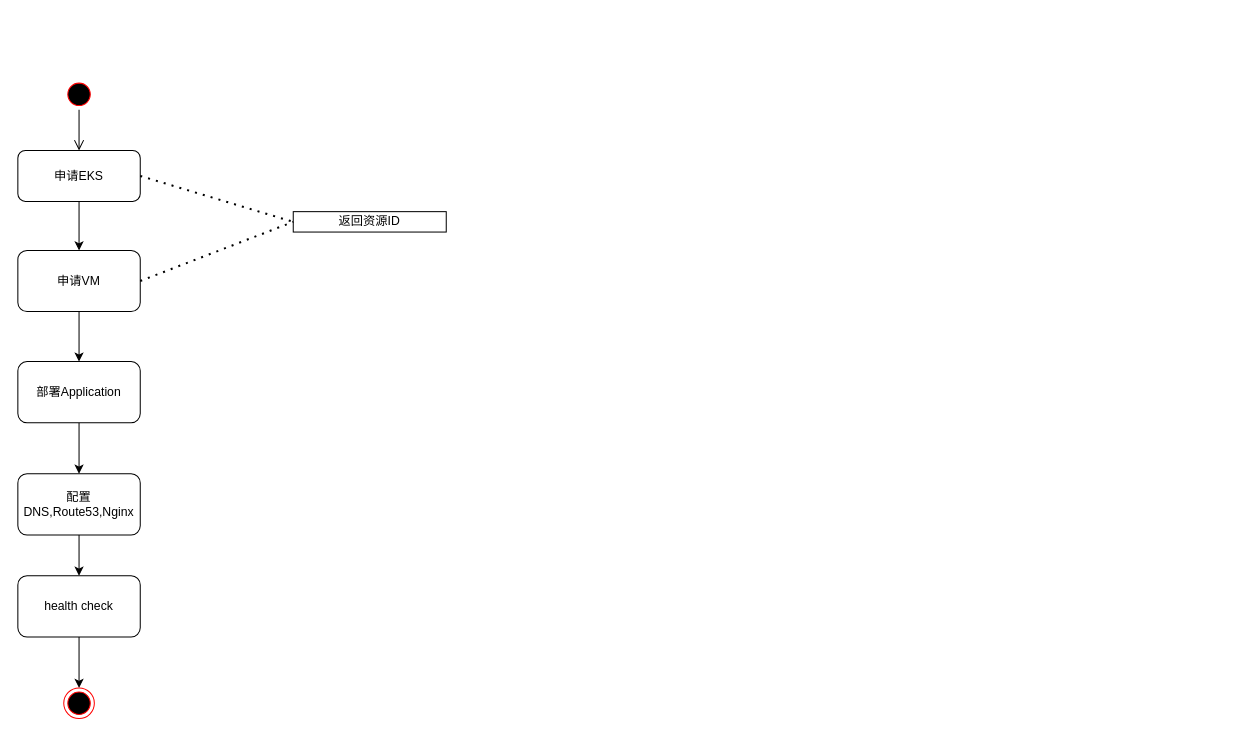
Earlier version of the draw.io diagram flow.drawio (dosjia/chart). Source tidied: cells renumbered, new cells numbered last; positions are measured from the earlier drawing's top-left corner, leaving out a move shared by most shapes. Both pictures are drawn from the tidied source at 102%, with x=0, y=0 at pixel (17, 79).
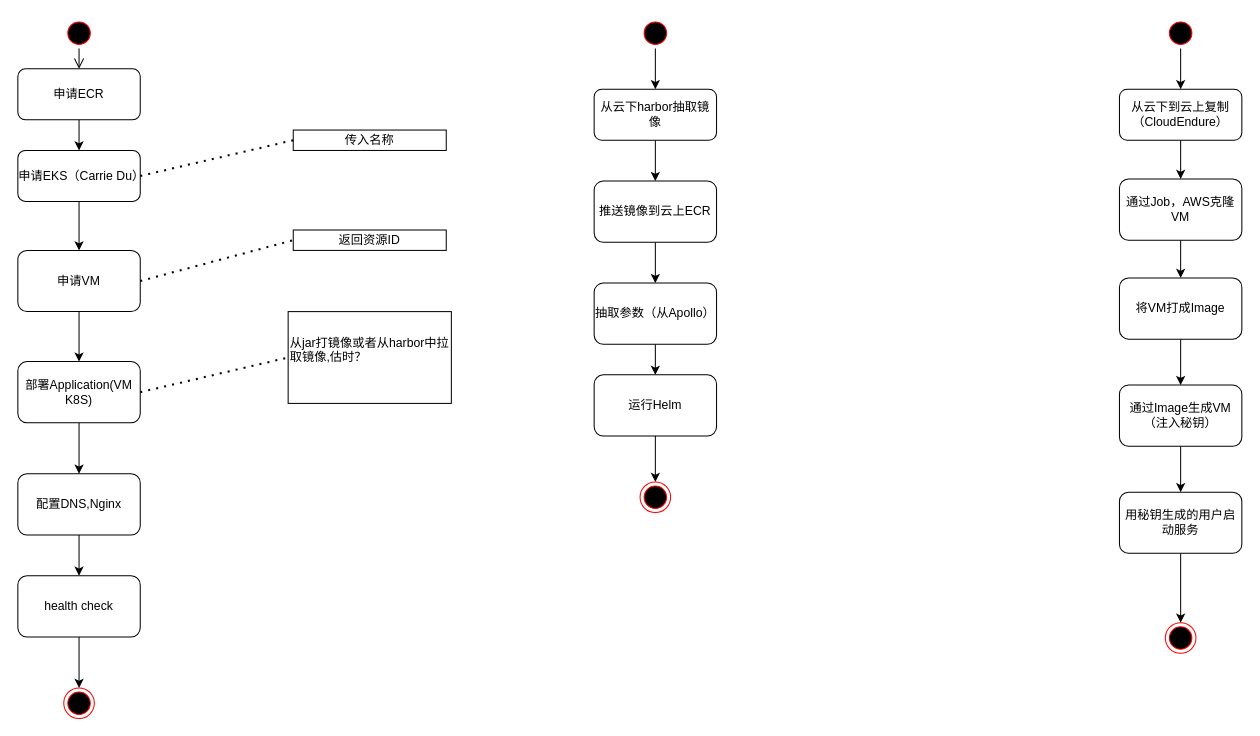
The same page after the edit.

Diff of the diagram source:
```diff
@@
     <mxCell id="2" style="ellipse;html=1;shape=startState;fillColor=#000000;strokeColor=#ff0000;" parent="1" vertex="1">
-      <mxGeometry x="45" width="30" height="30" as="geometry" />
+      <mxGeometry x="45" y="-60" width="30" height="30" as="geometry" />
     </mxCell>
-    <mxCell id="3" style="edgeStyle=orthogonalEdgeStyle;html=1;verticalAlign=bottom;endArrow=open;endSize=8;" parent="1" edge="1" source="2" target="5">
+    <mxCell id="3" style="edgeStyle=orthogonalEdgeStyle;html=1;verticalAlign=bottom;endArrow=open;endSize=8;entryX=0.5;entryY=0;entryDx=0;entryDy=0;" parent="1" edge="1" source="2" target="21">
       <mxGeometry relative="1" as="geometry" />
     </mxCell>
@@
-    <mxCell id="5" value="申请EKS" style="rounded=1;whiteSpace=wrap;html=1;" parent="1" vertex="1">
+    <mxCell id="5" value="&lt;div&gt;申请EKS（Carrie Du）&lt;/div&gt;" style="rounded=1;whiteSpace=wrap;html=1;" parent="1" vertex="1">
       <mxGeometry y="70" width="120" height="50" as="geometry" />
     </mxCell>
@@
-    <mxCell id="9" value="配置DNS,Route53,Nginx" style="whiteSpace=wrap;html=1;rounded=1;" parent="1" vertex="1">
+    <mxCell id="9" value="配置DNS,Nginx" style="whiteSpace=wrap;html=1;rounded=1;" parent="1" vertex="1">
       <mxGeometry y="387" width="120" height="60" as="geometry" />
     </mxCell>
@@
-    <mxCell id="11" value="部署Application" style="whiteSpace=wrap;html=1;rounded=1;" parent="1" vertex="1">
+    <mxCell id="11" value="&lt;div&gt;部署Application(VM K8S)&lt;/div&gt;" style="whiteSpace=wrap;html=1;rounded=1;" parent="1" vertex="1">
       <mxGeometry y="277" width="120" height="60" as="geometry" />
     </mxCell>
@@
     <mxCell id="15" value="返回资源ID" style="text;html=1;align=center;verticalAlign=middle;whiteSpace=wrap;rounded=0;sketch=0;strokeColor=#000000;" parent="1" vertex="1">
-      <mxGeometry x="270" y="130" width="150" height="20" as="geometry" />
+      <mxGeometry x="270" y="148" width="150" height="20" as="geometry" />
     </mxCell>
@@
-    <mxCell id="17" style="endArrow=none;dashed=1;html=1;dashPattern=1 3;strokeWidth=2;entryX=0;entryY=0.5;entryDx=0;entryDy=0;exitX=1;exitY=0.5;exitDx=0;exitDy=0;" parent="1" edge="1" source="5" target="15">
+    <mxCell id="17" style="endArrow=none;dashed=1;html=1;dashPattern=1 3;strokeWidth=2;entryX=0;entryY=0.5;entryDx=0;entryDy=0;exitX=1;exitY=0.5;exitDx=0;exitDy=0;" parent="1" edge="1" source="5" target="22">
       <mxGeometry relative="1" as="geometry" />
     </mxCell>
+    <mxCell id="18" value="&lt;div align=&quot;left&quot;&gt;从jar打镜像或者从harbor中拉取镜像,估时？&lt;/div&gt;&lt;div align=&quot;left&quot;&gt;&lt;br&gt;&lt;/div&gt;" style="text;html=1;align=left;verticalAlign=middle;whiteSpace=wrap;rounded=0;sketch=0;strokeColor=#000000;" parent="1" vertex="1">
+      <mxGeometry x="265" y="228" width="160" height="90" as="geometry" />
+    </mxCell>
+    <mxCell id="19" style="endArrow=none;dashed=1;html=1;dashPattern=1 3;strokeWidth=2;entryX=0;entryY=0.5;entryDx=0;entryDy=0;exitX=1;exitY=0.5;exitDx=0;exitDy=0;" parent="1" edge="1" source="11" target="18">
+      <mxGeometry relative="1" as="geometry" />
+    </mxCell>
+    <mxCell id="20" style="edgeStyle=orthogonalEdgeStyle;rounded=0;jettySize=auto;html=1;exitX=0.5;exitY=1;exitDx=0;exitDy=0;entryX=0.5;entryY=0;entryDx=0;entryDy=0;strokeColor=#000000;" parent="1" edge="1" source="21" target="5">
+      <mxGeometry relative="1" as="geometry" />
+    </mxCell>
+    <mxCell id="21" value="申请ECR" style="rounded=1;whiteSpace=wrap;html=1;" parent="1" vertex="1">
+      <mxGeometry y="-10" width="120" height="50" as="geometry" />
+    </mxCell>
+    <mxCell id="22" value="传入名称" style="text;html=1;align=center;verticalAlign=middle;whiteSpace=wrap;rounded=0;sketch=0;strokeColor=#000000;" parent="1" vertex="1">
+      <mxGeometry x="270" y="50" width="150" height="20" as="geometry" />
+    </mxCell>
+    <mxCell id="23" style="ellipse;html=1;shape=startState;fillColor=#000000;strokeColor=#ff0000;" parent="1" vertex="1">
+      <mxGeometry x="610" y="-60" width="30" height="30" as="geometry" />
+    </mxCell>
+    <mxCell id="24" style="edgeStyle=orthogonalEdgeStyle;rounded=0;jettySize=auto;html=1;strokeColor=#000000;exitX=0.5;exitY=1;exitDx=0;exitDy=0;entryX=0.5;entryY=0;entryDx=0;entryDy=0;" parent="1" edge="1" source="23" target="26">
+      <mxGeometry relative="1" as="geometry" />
+    </mxCell>
+    <mxCell id="25" style="edgeStyle=orthogonalEdgeStyle;rounded=0;jettySize=auto;html=1;strokeColor=#000000;" parent="1" edge="1" source="26" target="28">
+      <mxGeometry relative="1" as="geometry" />
+    </mxCell>
+    <mxCell id="26" value="从云下harbor抽取镜像" style="rounded=1;whiteSpace=wrap;html=1;" parent="1" vertex="1">
+      <mxGeometry x="565" y="10" width="120" height="50" as="geometry" />
+    </mxCell>
+    <mxCell id="27" style="edgeStyle=orthogonalEdgeStyle;rounded=0;jettySize=auto;html=1;strokeColor=#000000;" parent="1" edge="1" source="28" target="30">
+      <mxGeometry relative="1" as="geometry" />
+    </mxCell>
+    <mxCell id="28" value="推送镜像到云上ECR" style="whiteSpace=wrap;html=1;rounded=1;" parent="1" vertex="1">
+      <mxGeometry x="565" y="100" width="120" height="60" as="geometry" />
+    </mxCell>
+    <mxCell id="29" style="edgeStyle=orthogonalEdgeStyle;rounded=0;jettySize=auto;html=1;strokeColor=#000000;" parent="1" edge="1" source="30" target="32">
+      <mxGeometry relative="1" as="geometry" />
+    </mxCell>
+    <mxCell id="30" value="抽取参数（从Apollo）" style="whiteSpace=wrap;html=1;rounded=1;" parent="1" vertex="1">
+      <mxGeometry x="565" y="200" width="120" height="60" as="geometry" />
+    </mxCell>
+    <mxCell id="31" style="edgeStyle=orthogonalEdgeStyle;rounded=0;jettySize=auto;html=1;exitX=0.5;exitY=1;exitDx=0;exitDy=0;entryX=0.5;entryY=0;entryDx=0;entryDy=0;strokeColor=#000000;" parent="1" edge="1" source="32" target="33">
+      <mxGeometry relative="1" as="geometry" />
+    </mxCell>
+    <mxCell id="32" value="运行Helm" style="whiteSpace=wrap;html=1;rounded=1;" parent="1" vertex="1">
+      <mxGeometry x="565" y="290" width="120" height="60" as="geometry" />
+    </mxCell>
+    <mxCell id="33" style="ellipse;html=1;shape=endState;fillColor=#000000;strokeColor=#ff0000;" parent="1" vertex="1">
+      <mxGeometry x="610" y="395" width="30" height="30" as="geometry" />
+    </mxCell>
+    <mxCell id="34" style="ellipse;html=1;shape=startState;fillColor=#000000;strokeColor=#ff0000;" parent="1" vertex="1">
+      <mxGeometry x="1125" y="-60" width="30" height="30" as="geometry" />
+    </mxCell>
+    <mxCell id="35" style="edgeStyle=orthogonalEdgeStyle;rounded=0;jettySize=auto;html=1;strokeColor=#000000;exitX=0.5;exitY=1;exitDx=0;exitDy=0;entryX=0.5;entryY=0;entryDx=0;entryDy=0;" parent="1" edge="1" source="34" target="37">
+      <mxGeometry relative="1" as="geometry" />
+    </mxCell>
+    <mxCell id="36" style="edgeStyle=orthogonalEdgeStyle;rounded=0;jettySize=auto;html=1;strokeColor=#000000;entryX=0.5;entryY=0;entryDx=0;entryDy=0;" parent="1" edge="1" source="37" target="46">
+      <mxGeometry relative="1" as="geometry" />
+    </mxCell>
+    <mxCell id="37" value="从云下到云上复制（CloudEndure）" style="rounded=1;whiteSpace=wrap;html=1;" parent="1" vertex="1">
+      <mxGeometry x="1080" y="10" width="120" height="50" as="geometry" />
+    </mxCell>
+    <mxCell id="38" style="edgeStyle=orthogonalEdgeStyle;rounded=0;jettySize=auto;html=1;strokeColor=#000000;" parent="1" edge="1" source="39" target="41">
+      <mxGeometry relative="1" as="geometry" />
+    </mxCell>
+    <mxCell id="39" value="将VM打成Image" style="whiteSpace=wrap;html=1;rounded=1;" parent="1" vertex="1">
+      <mxGeometry x="1080" y="195" width="120" height="60" as="geometry" />
+    </mxCell>
+    <mxCell id="40" style="edgeStyle=orthogonalEdgeStyle;rounded=0;jettySize=auto;html=1;strokeColor=#000000;" parent="1" edge="1" source="41" target="43">
+      <mxGeometry relative="1" as="geometry" />
+    </mxCell>
+    <mxCell id="41" value="通过Image生成VM（注入秘钥）" style="whiteSpace=wrap;html=1;rounded=1;" parent="1" vertex="1">
+      <mxGeometry x="1080" y="300" width="120" height="60" as="geometry" />
+    </mxCell>
+    <mxCell id="42" style="edgeStyle=orthogonalEdgeStyle;rounded=0;jettySize=auto;html=1;exitX=0.5;exitY=1;exitDx=0;exitDy=0;entryX=0.5;entryY=0;entryDx=0;entryDy=0;strokeColor=#000000;" parent="1" edge="1" source="43" target="44">
+      <mxGeometry relative="1" as="geometry" />
+    </mxCell>
+    <mxCell id="43" value="用秘钥生成的用户启动服务" style="whiteSpace=wrap;html=1;rounded=1;" parent="1" vertex="1">
+      <mxGeometry x="1080" y="405" width="120" height="60" as="geometry" />
+    </mxCell>
+    <mxCell id="44" style="ellipse;html=1;shape=endState;fillColor=#000000;strokeColor=#ff0000;" parent="1" vertex="1">
+      <mxGeometry x="1125" y="533" width="30" height="30" as="geometry" />
+    </mxCell>
+    <mxCell id="45" style="edgeStyle=orthogonalEdgeStyle;rounded=0;jettySize=auto;html=1;strokeColor=#000000;entryX=0.5;entryY=0;entryDx=0;entryDy=0;" parent="1" edge="1" source="46" target="39">
+      <mxGeometry relative="1" as="geometry">
+        <Array as="points">
+          <mxPoint x="1140" y="195" />
+          <mxPoint x="1140" y="195" />
+        </Array>
+      </mxGeometry>
+    </mxCell>
+    <mxCell id="46" value="通过Job，AWS克隆VM" style="whiteSpace=wrap;html=1;rounded=1;" parent="1" vertex="1">
+      <mxGeometry x="1080" y="98" width="120" height="60" as="geometry" />
+    </mxCell>
```
